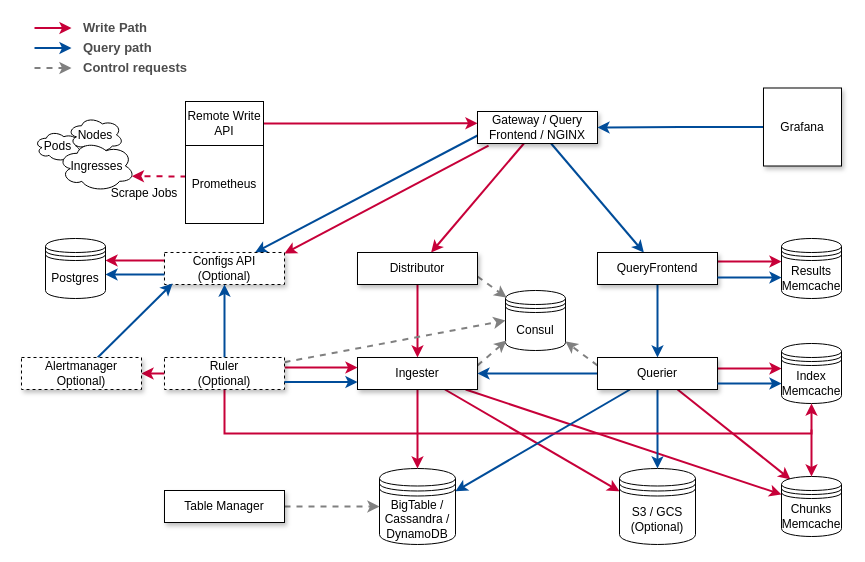
This is docs/originals/cortex-architecture.drawio from cortexproject/cortex, a draw.io file, before an edit. Source tidied: cells renumbered, new cells numbered last; positions are measured from the earlier drawing's top-left corner, leaving out a move shared by most shapes. Both pictures are drawn from the tidied source at 100%, with x=0, y=0 at pixel (21, 17).
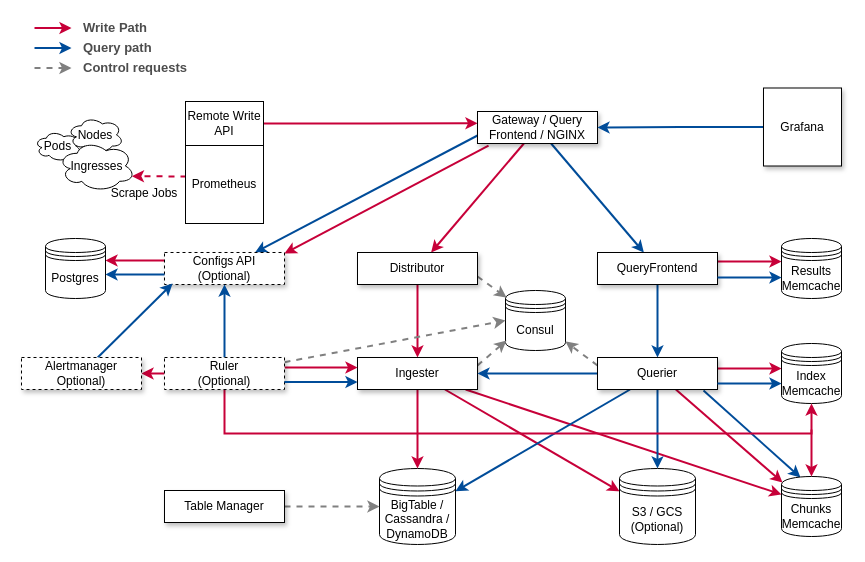
The same page after the edit.

Commit message (it also covers changes not shown here):
Add query path for chunk cache

Unchanged cells that the change refers to:
```xml
<mxCell id="36" value="Querier&lt;br&gt;" style="rounded=0;whiteSpace=wrap;html=1;shadow=1;" parent="1" vertex="1">
  <mxGeometry x="576" y="340" width="120" height="32" as="geometry" />
</mxCell>
<mxCell id="48" value="Chunks Memcache" style="shape=datastore;whiteSpace=wrap;html=1;" parent="1" vertex="1">
  <mxGeometry x="760" y="459" width="60" height="60" as="geometry" />
</mxCell>
```

What changed in the source:
```diff
@@
-    <mxCell id="35" style="edgeStyle=none;rounded=0;jettySize=auto;html=1;entryX=0.15;entryY=0.05;entryDx=0;entryDy=0;strokeColor=#C70039;strokeWidth=2;entryPerimeter=0;" parent="1" edge="1" source="36" target="48">
-      <mxGeometry relative="1" as="geometry" />
+    <mxCell id="35" style="edgeStyle=none;rounded=0;jettySize=auto;html=1;strokeColor=#C70039;strokeWidth=2;" parent="1" edge="1" source="36">
+      <mxGeometry relative="1" as="geometry">
+        <mxPoint x="761" y="465" as="targetPoint" />
+      </mxGeometry>
     </mxCell>
+    <mxCell id="65" style="edgeStyle=none;rounded=0;jettySize=auto;html=1;strokeColor=#004C99;strokeWidth=2;entryX=0.317;entryY=0.017;entryDx=0;entryDy=0;entryPerimeter=0;" parent="1" edge="1" target="48">
+      <mxGeometry relative="1" as="geometry">
+        <mxPoint x="682" y="373" as="sourcePoint" />
+      </mxGeometry>
+    </mxCell>
```
